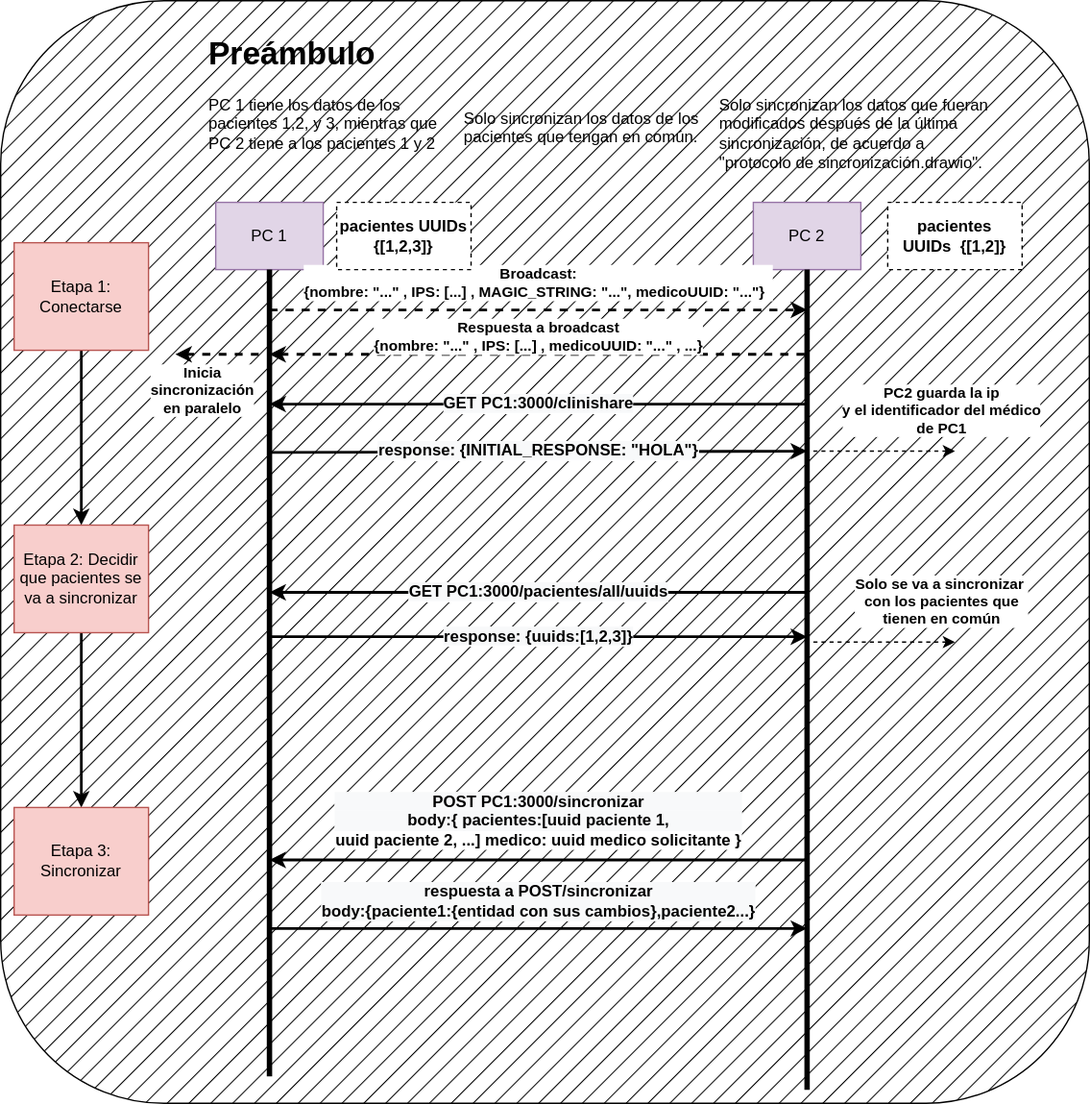
Earlier version of the draw.io export documentación/presentacion 3er sprint/clinishare etapas de sincronizacion con metodos.svg (jonathanc0101/CliniShare). Source tidied: cells renumbered, new cells last; positions are measured from the earlier drawing's top-left corner, leaving out a move shared by most shapes. The source it was exported from:
```xml
<mxGraphModel>
  <root>
    <mxCell id="0" />
    <mxCell id="1" parent="0" />
    <mxCell id="2" style="rounded=1;whiteSpace=wrap;html=1;fillStyle=hatch;fillColor=#000000;" parent="1" vertex="1">
      <mxGeometry width="810" height="820" as="geometry" />
    </mxCell>
    <mxCell id="3" value="PC 1" style="rounded=0;whiteSpace=wrap;html=1;fillColor=#e1d5e7;strokeColor=#9673a6;" parent="1" vertex="1">
      <mxGeometry x="160" y="150" width="80" height="50" as="geometry" />
    </mxCell>
    <mxCell id="4" value="PC 2" style="rounded=0;whiteSpace=wrap;html=1;fillColor=#e1d5e7;strokeColor=#9673a6;" parent="1" vertex="1">
      <mxGeometry x="560" y="150" width="80" height="50" as="geometry" />
    </mxCell>
    <mxCell id="5" value="&lt;b style=&quot;font-size: 12px; background-color: rgb(248, 249, 250);&quot;&gt;response: {INITIAL_RESPONSE: &quot;HOLA&quot;}&lt;/b&gt;" style="curved=1;endArrow=classic;html=1;rounded=0;strokeWidth=2;" parent="1" edge="1">
      <mxGeometry y="1" relative="1" as="geometry">
        <mxPoint x="200" y="336" as="sourcePoint" />
        <mxPoint x="600" y="335" as="targetPoint" />
        <Array as="points">
          <mxPoint x="310" y="336" />
        </Array>
      </mxGeometry>
    </mxCell>
    <mxCell id="6" value="&lt;b style=&quot;color: rgb(0, 0, 0); font-family: Helvetica; font-size: 12px; font-style: normal; font-variant-ligatures: normal; font-variant-caps: normal; letter-spacing: normal; orphans: 2; text-align: center; text-indent: 0px; text-transform: none; widows: 2; word-spacing: 0px; -webkit-text-stroke-width: 0px; background-color: rgb(248, 249, 250); text-decoration-thickness: initial; text-decoration-style: initial; text-decoration-color: initial;&quot;&gt;GET PC1:3000/clinishare&lt;/b&gt;" style="curved=1;endArrow=classic;html=1;rounded=0;strokeWidth=2;" parent="1" edge="1">
      <mxGeometry relative="1" as="geometry">
        <mxPoint x="600" y="300" as="sourcePoint" />
        <mxPoint x="200" y="300" as="targetPoint" />
      </mxGeometry>
    </mxCell>
    <mxCell id="7" value="Broadcast: &lt;br&gt;{nombre: &quot;...&quot; , IPS: [...] , MAGIC_STRING: &quot;...&quot;, medicoUUID: &quot;...&quot;}&amp;nbsp;&amp;nbsp;" style="curved=1;endArrow=classic;html=1;rounded=0;fontStyle=1;dashed=1;strokeWidth=2;" parent="1" edge="1">
      <mxGeometry y="20" relative="1" as="geometry">
        <mxPoint x="200" y="230" as="sourcePoint" />
        <mxPoint x="600" y="230" as="targetPoint" />
      </mxGeometry>
    </mxCell>
    <mxCell id="8" style="edgeStyle=orthogonalEdgeStyle;rounded=0;jettySize=auto;html=1;strokeWidth=2;" parent="1" edge="1" source="9" target="14">
      <mxGeometry relative="1" as="geometry" />
    </mxCell>
    <mxCell id="9" value="Etapa 1: Conectarse" style="text;html=1;strokeColor=#b85450;fillColor=#f8cecc;align=center;verticalAlign=middle;whiteSpace=wrap;rounded=0;" parent="1" vertex="1">
      <mxGeometry x="10" y="180" width="100" height="80" as="geometry" />
    </mxCell>
    <mxCell id="10" value="&lt;div style=&quot;color: rgb(0, 0, 0); font-family: Helvetica; font-size: 12px; font-style: normal; font-variant-ligatures: normal; font-variant-caps: normal; font-weight: 400; letter-spacing: normal; orphans: 2; text-align: center; text-indent: 0px; text-transform: none; widows: 2; word-spacing: 0px; -webkit-text-stroke-width: 0px; background-color: rgb(248, 249, 250); text-decoration-thickness: initial; text-decoration-style: initial; text-decoration-color: initial;&quot;&gt;&lt;b&gt;POST PC1:3000/sincronizar&lt;/b&gt;&lt;/div&gt;&lt;div style=&quot;color: rgb(0, 0, 0); font-family: Helvetica; font-size: 12px; font-style: normal; font-variant-ligatures: normal; font-variant-caps: normal; font-weight: 400; letter-spacing: normal; orphans: 2; text-align: center; text-indent: 0px; text-transform: none; widows: 2; word-spacing: 0px; -webkit-text-stroke-width: 0px; background-color: rgb(248, 249, 250); text-decoration-thickness: initial; text-decoration-style: initial; text-decoration-color: initial;&quot;&gt;&lt;b&gt;body:{ pacientes:[uuid paciente 1,&lt;/b&gt;&lt;/div&gt;&lt;b style=&quot;font-size: 12px;&quot;&gt;uuid paciente 2, ...&lt;/b&gt;&lt;b style=&quot;font-size: 12px;&quot;&gt;] medico: uuid medico solicitante }&lt;/b&gt;&lt;b style=&quot;font-size: 12px;&quot;&gt;&lt;br&gt;&lt;/b&gt;" style="curved=1;endArrow=classic;html=1;rounded=0;strokeWidth=2;" parent="1" edge="1">
      <mxGeometry y="-29" relative="1" as="geometry">
        <mxPoint x="600" y="639" as="sourcePoint" />
        <mxPoint x="200" y="639" as="targetPoint" />
      </mxGeometry>
    </mxCell>
    <mxCell id="11" value="&lt;b style=&quot;color: rgb(0, 0, 0); font-family: Helvetica; font-size: 12px; font-style: normal; font-variant-ligatures: normal; font-variant-caps: normal; letter-spacing: normal; orphans: 2; text-align: center; text-indent: 0px; text-transform: none; widows: 2; word-spacing: 0px; -webkit-text-stroke-width: 0px; background-color: rgb(248, 249, 250); text-decoration-thickness: initial; text-decoration-style: initial; text-decoration-color: initial;&quot;&gt;response: {uuids:[1,2,3]}&lt;/b&gt;" style="curved=1;endArrow=classic;html=1;rounded=0;strokeWidth=2;" parent="1" edge="1">
      <mxGeometry relative="1" as="geometry">
        <mxPoint x="200" y="473" as="sourcePoint" />
        <mxPoint x="600" y="473" as="targetPoint" />
        <Array as="points">
          <mxPoint x="310" y="473" />
          <mxPoint x="520" y="473" />
        </Array>
      </mxGeometry>
    </mxCell>
    <mxCell id="12" value="&lt;b style=&quot;color: rgb(0, 0, 0); font-family: Helvetica; font-size: 12px; font-style: normal; font-variant-ligatures: normal; font-variant-caps: normal; letter-spacing: normal; orphans: 2; text-align: center; text-indent: 0px; text-transform: none; widows: 2; word-spacing: 0px; -webkit-text-stroke-width: 0px; background-color: rgb(248, 249, 250); text-decoration-thickness: initial; text-decoration-style: initial; text-decoration-color: initial;&quot;&gt;GET PC1:3000/pacientes/all/uuids&lt;/b&gt;" style="endArrow=classic;html=1;rounded=0;strokeWidth=2;" parent="1" edge="1">
      <mxGeometry relative="1" as="geometry">
        <mxPoint x="600" y="440" as="sourcePoint" />
        <mxPoint x="200" y="440" as="targetPoint" />
      </mxGeometry>
    </mxCell>
    <mxCell id="13" style="edgeStyle=orthogonalEdgeStyle;rounded=0;jettySize=auto;html=1;strokeWidth=2;" parent="1" edge="1" source="14" target="15">
      <mxGeometry relative="1" as="geometry" />
    </mxCell>
    <mxCell id="14" value="Etapa 2: Decidir que pacientes se va a sincronizar" style="text;html=1;strokeColor=#b85450;fillColor=#f8cecc;align=center;verticalAlign=middle;whiteSpace=wrap;rounded=0;" parent="1" vertex="1">
      <mxGeometry x="10" y="390" width="100" height="80" as="geometry" />
    </mxCell>
    <mxCell id="15" value="Etapa 3: Sincronizar" style="text;html=1;strokeColor=#b85450;fillColor=#f8cecc;align=center;verticalAlign=middle;whiteSpace=wrap;rounded=0;" parent="1" vertex="1">
      <mxGeometry x="10" y="600" width="100" height="80" as="geometry" />
    </mxCell>
    <mxCell id="16" value="&lt;div style=&quot;color: rgb(0, 0, 0); font-family: Helvetica; font-size: 12px; font-style: normal; font-variant-ligatures: normal; font-variant-caps: normal; font-weight: 400; letter-spacing: normal; orphans: 2; text-align: center; text-indent: 0px; text-transform: none; widows: 2; word-spacing: 0px; -webkit-text-stroke-width: 0px; background-color: rgb(248, 249, 250); text-decoration-thickness: initial; text-decoration-style: initial; text-decoration-color: initial;&quot;&gt;&lt;b&gt;respuesta a POST/sincronizar&lt;/b&gt;&lt;/div&gt;&lt;div style=&quot;color: rgb(0, 0, 0); font-family: Helvetica; font-size: 12px; font-style: normal; font-variant-ligatures: normal; font-variant-caps: normal; font-weight: 400; letter-spacing: normal; orphans: 2; text-align: center; text-indent: 0px; text-transform: none; widows: 2; word-spacing: 0px; -webkit-text-stroke-width: 0px; background-color: rgb(248, 249, 250); text-decoration-thickness: initial; text-decoration-style: initial; text-decoration-color: initial;&quot;&gt;&lt;b&gt;body:{paciente1:{entidad con sus cambios},paciente2...}&lt;/b&gt;&lt;/div&gt;" style="endArrow=classic;html=1;rounded=0;strokeWidth=2;" parent="1" edge="1">
      <mxGeometry y="20" relative="1" as="geometry">
        <mxPoint x="200" y="690" as="sourcePoint" />
        <mxPoint x="600" y="690" as="targetPoint" />
      </mxGeometry>
    </mxCell>
    <mxCell id="17" value="&lt;b&gt;pacientes UUIDs&amp;nbsp;&lt;/b&gt;&lt;b&gt;&amp;nbsp;{[1,2]}&lt;/b&gt;" style="rounded=0;whiteSpace=wrap;html=1;dashed=1;" parent="1" vertex="1">
      <mxGeometry x="660" y="150" width="100" height="50" as="geometry" />
    </mxCell>
    <mxCell id="18" value="Respuesta a broadcast&lt;br&gt;{nombre: &quot;...&quot; , IPS: [...] , medicoUUID: &quot;...&quot; , ...}" style="curved=1;endArrow=none;html=1;rounded=0;fontStyle=1;dashed=1;startArrow=classic;startFill=1;endFill=0;strokeWidth=2;" parent="1" edge="1">
      <mxGeometry y="13" relative="1" as="geometry">
        <mxPoint x="200" y="263" as="sourcePoint" />
        <mxPoint x="600" y="263" as="targetPoint" />
        <Array as="points">
          <mxPoint x="310" y="263" />
        </Array>
      </mxGeometry>
    </mxCell>
    <mxCell id="19" style="endArrow=none;html=1;rounded=0;exitX=0.5;exitY=1;exitDx=0;exitDy=0;strokeWidth=4;" parent="1" edge="1" source="3">
      <mxGeometry relative="1" as="geometry">
        <mxPoint x="200" y="800" as="targetPoint" />
      </mxGeometry>
    </mxCell>
    <mxCell id="20" style="endArrow=none;html=1;rounded=0;exitX=0.5;exitY=1;exitDx=0;exitDy=0;strokeWidth=4;" parent="1" edge="1">
      <mxGeometry relative="1" as="geometry">
        <mxPoint x="600" y="200" as="sourcePoint" />
        <mxPoint x="600" y="810" as="targetPoint" />
      </mxGeometry>
    </mxCell>
    <mxCell id="21" value="Inicia &lt;br&gt;sincronización&lt;br&gt;en paralelo" style="curved=1;endArrow=none;html=1;rounded=0;fontStyle=1;dashed=1;startArrow=classic;startFill=1;endFill=0;strokeWidth=2;" parent="1" edge="1">
      <mxGeometry x="-0.43" y="-27" relative="1" as="geometry">
        <mxPoint x="130" y="263" as="sourcePoint" />
        <mxPoint x="200" y="263" as="targetPoint" />
      </mxGeometry>
    </mxCell>
    <mxCell id="22" value="PC2 guarda la ip&lt;br&gt;y el identificador del médico&lt;br&gt;de PC1" style="curved=1;endArrow=none;html=1;rounded=0;fontStyle=1;dashed=1;startArrow=classic;startFill=1;endFill=0;" parent="1" edge="1">
      <mxGeometry x="-0.82" y="-30" relative="1" as="geometry">
        <mxPoint x="710" y="335" as="sourcePoint" />
        <mxPoint x="600" y="335" as="targetPoint" />
      </mxGeometry>
    </mxCell>
    <mxCell id="23" value="&lt;h1&gt;Preámbulo&lt;/h1&gt;&lt;p&gt;PC 1 tiene los datos de los pacientes 1,2, y 3, mientras que PC 2 tiene a los pacientes 1 y 2&lt;/p&gt;" style="text;html=1;strokeColor=none;fillColor=none;spacing=5;spacingTop=-20;whiteSpace=wrap;overflow=hidden;rounded=0;" parent="1" vertex="1">
      <mxGeometry x="150" y="20" width="190" height="120" as="geometry" />
    </mxCell>
    <mxCell id="24" value="&lt;b&gt;pacientes UUIDs {[1,2,3]}&lt;/b&gt;" style="rounded=0;whiteSpace=wrap;html=1;dashed=1;" parent="1" vertex="1">
      <mxGeometry x="250" y="150" width="100" height="50" as="geometry" />
    </mxCell>
    <mxCell id="25" value="&lt;h1&gt;&lt;br&gt;&lt;/h1&gt;&lt;p&gt;Solo sincronizan los datos de los pacientes que tengan en común.&lt;/p&gt;" style="text;html=1;strokeColor=none;fillColor=none;spacing=5;spacingTop=-20;whiteSpace=wrap;overflow=hidden;rounded=0;" parent="1" vertex="1">
      <mxGeometry x="340" y="30" width="190" height="120" as="geometry" />
    </mxCell>
    <mxCell id="26" value="&lt;h1&gt;&lt;br&gt;&lt;/h1&gt;&lt;p&gt;Solo sincronizan los datos que fueran modificados después de la última sincronización, de acuerdo a &quot;protocolo de sincronización.drawio&quot;.&lt;/p&gt;" style="text;html=1;strokeColor=none;fillColor=none;spacing=5;spacingTop=-20;whiteSpace=wrap;overflow=hidden;rounded=0;" parent="1" vertex="1">
      <mxGeometry x="530" y="20" width="210" height="120" as="geometry" />
    </mxCell>
    <mxCell id="27" value="Solo se va a sincronizar&amp;nbsp;&lt;br&gt;con los pacientes que&lt;br&gt;tienen en común" style="curved=1;endArrow=none;html=1;rounded=0;fontStyle=1;dashed=1;startArrow=classic;startFill=1;endFill=0;" parent="1" edge="1">
      <mxGeometry x="-0.82" y="-30" relative="1" as="geometry">
        <mxPoint x="710" y="477" as="sourcePoint" />
        <mxPoint x="600" y="477" as="targetPoint" />
      </mxGeometry>
    </mxCell>
  </root>
</mxGraphModel>
```
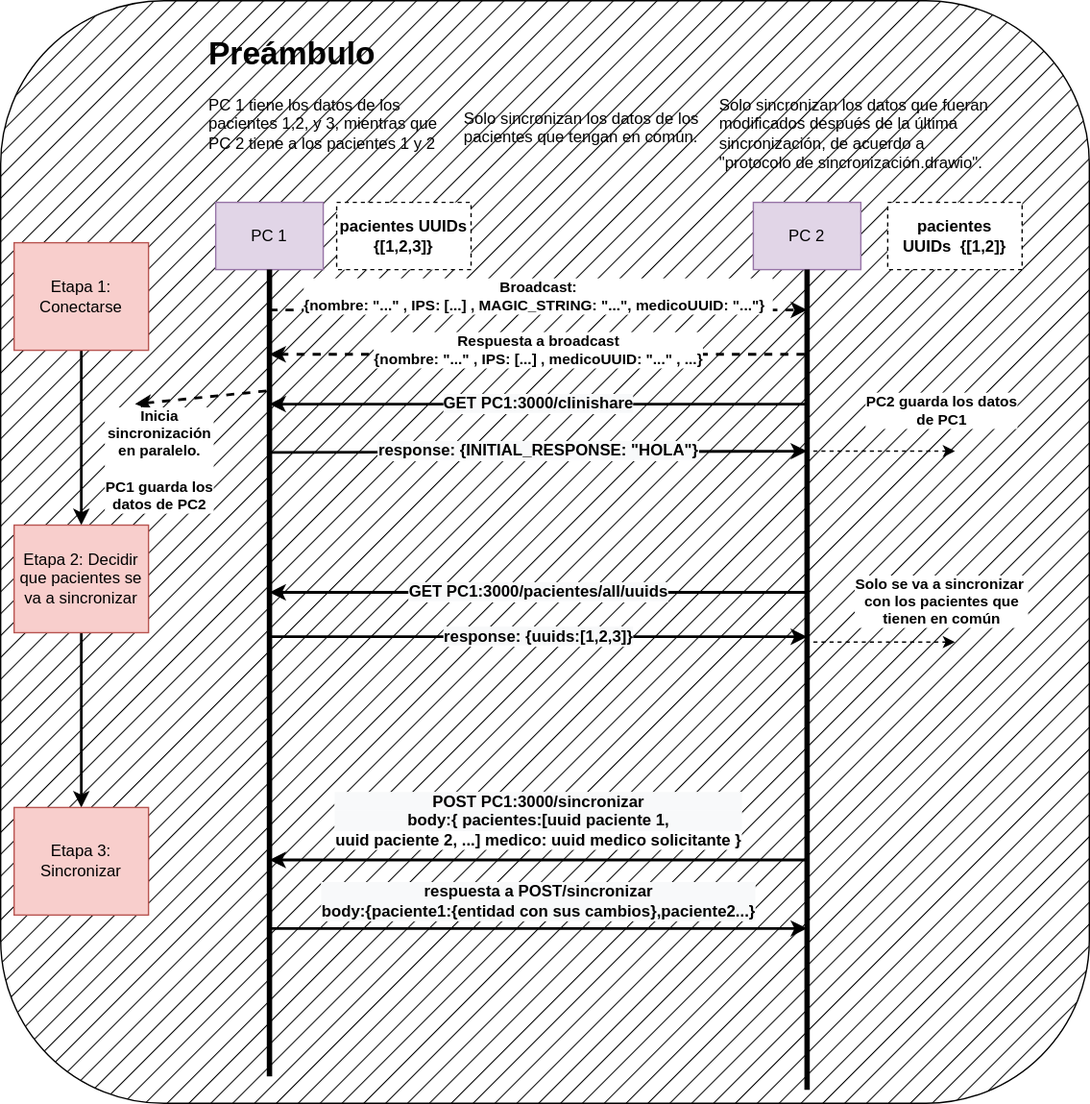
Above is the later version.

The edit, as a diff of the source:
```diff
@@ -27,7 +27,7 @@
       </mxGeometry>
     </mxCell>
     <mxCell id="7" value="Broadcast: &lt;br&gt;{nombre: &quot;...&quot; , IPS: [...] , MAGIC_STRING: &quot;...&quot;, medicoUUID: &quot;...&quot;}&amp;nbsp;&amp;nbsp;" style="curved=1;endArrow=classic;html=1;rounded=0;fontStyle=1;dashed=1;strokeWidth=2;" parent="1" edge="1">
-      <mxGeometry y="20" relative="1" as="geometry">
+      <mxGeometry y="10" relative="1" as="geometry">
         <mxPoint x="200" y="230" as="sourcePoint" />
         <mxPoint x="600" y="230" as="targetPoint" />
       </mxGeometry>
@@ -79,7 +79,7 @@
       <mxGeometry x="660" y="150" width="100" height="50" as="geometry" />
     </mxCell>
     <mxCell id="18" value="Respuesta a broadcast&lt;br&gt;{nombre: &quot;...&quot; , IPS: [...] , medicoUUID: &quot;...&quot; , ...}" style="curved=1;endArrow=none;html=1;rounded=0;fontStyle=1;dashed=1;startArrow=classic;startFill=1;endFill=0;strokeWidth=2;" parent="1" edge="1">
-      <mxGeometry y="13" relative="1" as="geometry">
+      <mxGeometry y="3" relative="1" as="geometry">
         <mxPoint x="200" y="263" as="sourcePoint" />
         <mxPoint x="600" y="263" as="targetPoint" />
         <Array as="points">
@@ -98,13 +98,13 @@
         <mxPoint x="600" y="810" as="targetPoint" />
       </mxGeometry>
     </mxCell>
-    <mxCell id="21" value="Inicia &lt;br&gt;sincronización&lt;br&gt;en paralelo" style="curved=1;endArrow=none;html=1;rounded=0;fontStyle=1;dashed=1;startArrow=classic;startFill=1;endFill=0;strokeWidth=2;" parent="1" edge="1">
-      <mxGeometry x="-0.43" y="-27" relative="1" as="geometry">
-        <mxPoint x="130" y="263" as="sourcePoint" />
-        <mxPoint x="200" y="263" as="targetPoint" />
+    <mxCell id="21" value="Inicia &lt;br&gt;sincronización&lt;br&gt;en paralelo.&lt;br&gt;&lt;br&gt;PC1 guarda los&lt;br&gt;datos de PC2" style="curved=1;endArrow=none;html=1;rounded=0;fontStyle=1;dashed=1;startArrow=classic;startFill=1;endFill=0;strokeWidth=2;" parent="1" edge="1">
+      <mxGeometry x="-0.72" y="-44" relative="1" as="geometry">
+        <mxPoint x="100" y="300" as="sourcePoint" />
+        <mxPoint x="200" y="290" as="targetPoint" />
       </mxGeometry>
     </mxCell>
-    <mxCell id="22" value="PC2 guarda la ip&lt;br&gt;y el identificador del médico&lt;br&gt;de PC1" style="curved=1;endArrow=none;html=1;rounded=0;fontStyle=1;dashed=1;startArrow=classic;startFill=1;endFill=0;" parent="1" edge="1">
+    <mxCell id="22" value="PC2 guarda los datos&lt;br&gt;de PC1" style="curved=1;endArrow=none;html=1;rounded=0;fontStyle=1;dashed=1;startArrow=classic;startFill=1;endFill=0;" parent="1" edge="1">
       <mxGeometry x="-0.82" y="-30" relative="1" as="geometry">
         <mxPoint x="710" y="335" as="sourcePoint" />
         <mxPoint x="600" y="335" as="targetPoint" />
```
